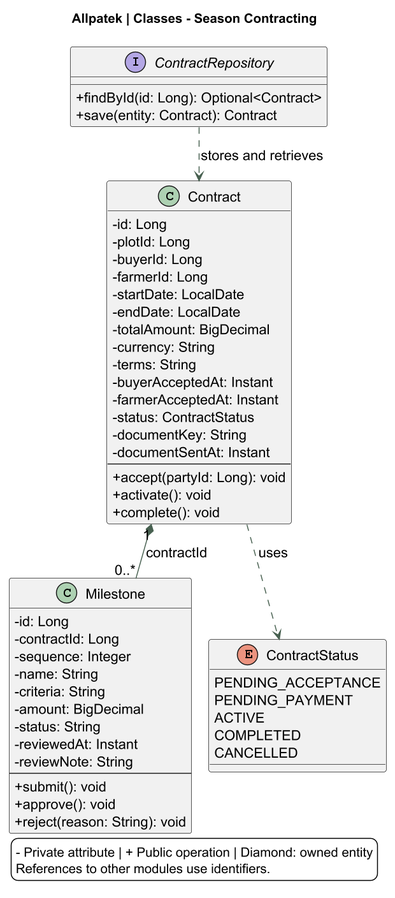
The PlantUML diagram assets/chapter-04/architecture/10-classes-contracts.png in upc-pre-202620-1asi0729-7753-Terranova/allpatek-report, before a commit. Its diagram source:
```plantuml
@startuml
!pragma layout smetana
skinparam backgroundColor white
skinparam defaultFontName SansSerif
skinparam defaultFontSize 15
skinparam shadowing false
skinparam classAttributeIconSize 0
skinparam ArrowColor #476050
skinparam dpi 140
title Allpatek | Classes - Season Contracting
top to bottom direction
class Contract {
 -id: Long
 -plotId: Long
 -buyerId: Long
 -farmerId: Long
 -startDate: LocalDate
 -endDate: LocalDate
 -totalAmount: BigDecimal
 -currency: String
 -terms: String
 -buyerAcceptedAt: Instant
 -farmerAcceptedAt: Instant
 -status: ContractStatus
 -documentKey: String
 -documentSentAt: Instant
 --
+accept(partyId: Long): void
+activate(): void
+complete(): void
}
class Milestone {
 -id: Long
 -contractId: Long
 -sequence: Integer
 -name: String
 -criteria: String
 -amount: BigDecimal
 -status: String
 -reviewedAt: Instant
 -reviewNote: String
 --
+submit(): void
+approve(): void
+reject(reason: String): void
}
enum ContractStatus {
PENDING_ACCEPTANCE
PENDING_PAYMENT
ACTIVE
COMPLETED
CANCELLED
}
Contract ..> ContractStatus : uses
interface ContractRepository {
 +findById(id: Long): Optional<Contract>
 +save(entity: Contract): Contract
}
ContractRepository ..> Contract : stores and retrieves
Contract "1" *-- "0..*" Milestone : contractId
legend bottom
- Private attribute | + Public operation | Diamond: owned entity
References to other modules use identifiers.
endlegend
@enduml
```
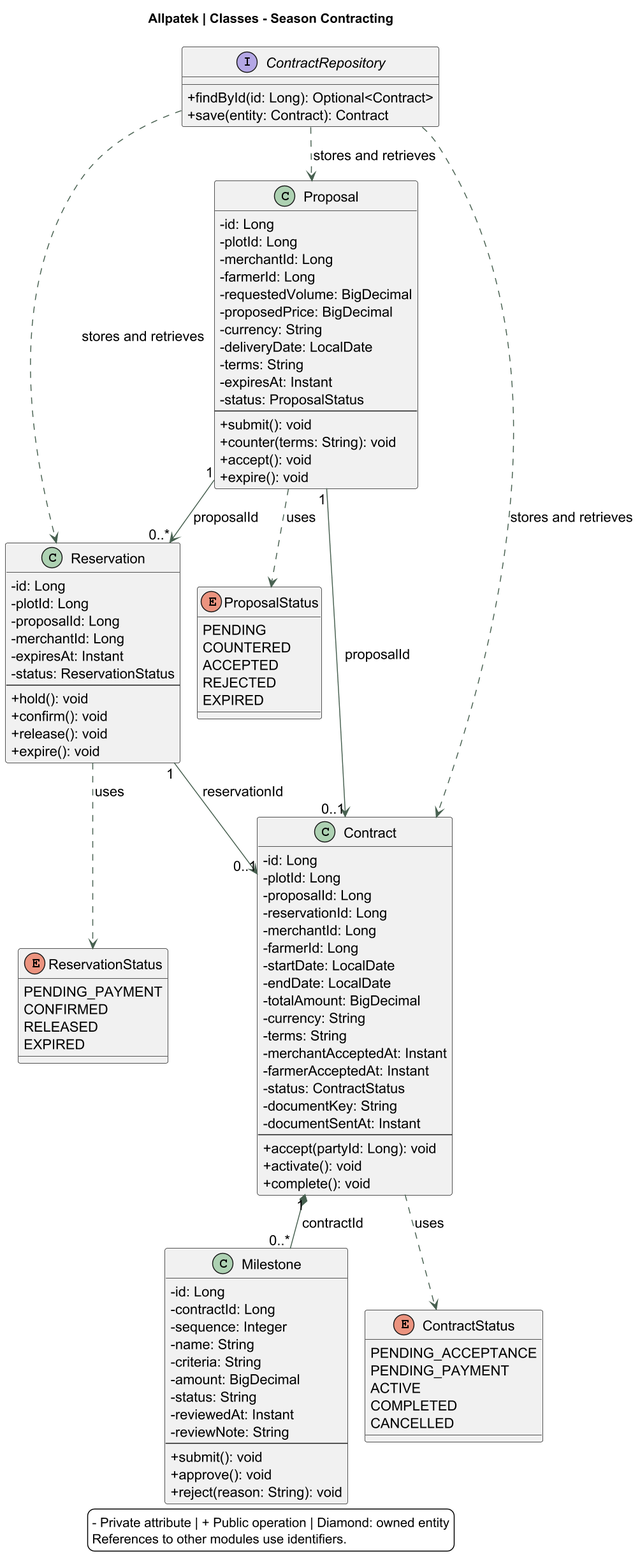
The same file after the commit.

Change to the diagram source:
```diff
@@ -9,17 +9,50 @@
 skinparam dpi 140
 title Allpatek | Classes - Season Contracting
 top to bottom direction
+class Proposal {
+ -id: Long
+ -plotId: Long
+ -merchantId: Long
+ -farmerId: Long
+ -requestedVolume: BigDecimal
+ -proposedPrice: BigDecimal
+ -currency: String
+ -deliveryDate: LocalDate
+ -terms: String
+ -expiresAt: Instant
+ -status: ProposalStatus
+ --
++submit(): void
++counter(terms: String): void
++accept(): void
++expire(): void
+}
+class Reservation {
+ -id: Long
+ -plotId: Long
+ -proposalId: Long
+ -merchantId: Long
+ -expiresAt: Instant
+ -status: ReservationStatus
+ --
++hold(): void
++confirm(): void
++release(): void
++expire(): void
+}
 class Contract {
  -id: Long
  -plotId: Long
- -buyerId: Long
+ -proposalId: Long
+ -reservationId: Long
+ -merchantId: Long
  -farmerId: Long
  -startDate: LocalDate
  -endDate: LocalDate
  -totalAmount: BigDecimal
  -currency: String
  -terms: String
- -buyerAcceptedAt: Instant
+ -merchantAcceptedAt: Instant
  -farmerAcceptedAt: Instant
  -status: ContractStatus
  -documentKey: String
@@ -44,6 +77,19 @@
 +approve(): void
 +reject(reason: String): void
 }
+enum ProposalStatus {
+PENDING
+COUNTERED
+ACCEPTED
+REJECTED
+EXPIRED
+}
+enum ReservationStatus {
+PENDING_PAYMENT
+CONFIRMED
+RELEASED
+EXPIRED
+}
 enum ContractStatus {
 PENDING_ACCEPTANCE
 PENDING_PAYMENT
@@ -51,12 +97,19 @@
 COMPLETED
 CANCELLED
 }
+Proposal ..> ProposalStatus : uses
+Reservation ..> ReservationStatus : uses
 Contract ..> ContractStatus : uses
 interface ContractRepository {
  +findById(id: Long): Optional<Contract>
  +save(entity: Contract): Contract
 }
+ContractRepository ..> Proposal : stores and retrieves
+ContractRepository ..> Reservation : stores and retrieves
 ContractRepository ..> Contract : stores and retrieves
+Proposal "1" --> "0..*" Reservation : proposalId
+Proposal "1" --> "0..1" Contract : proposalId
+Reservation "1" --> "0..1" Contract : reservationId
 Contract "1" *-- "0..*" Milestone : contractId
 legend bottom
 - Private attribute | + Public operation | Diamond: owned entity
```
